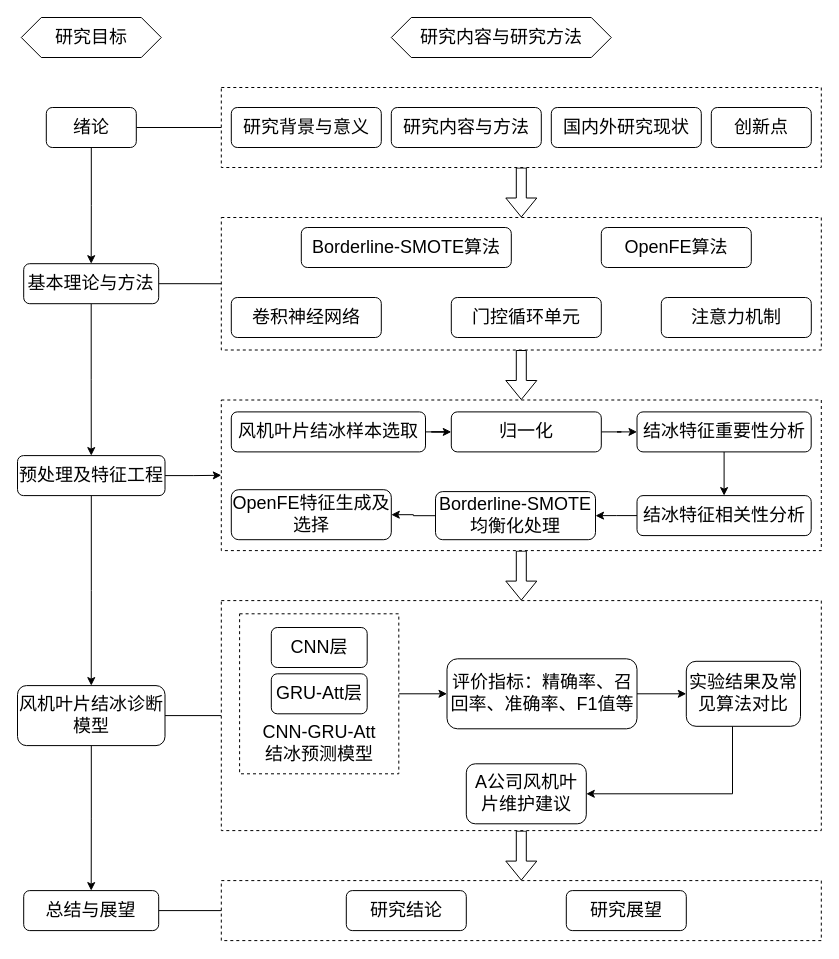
The draw.io diagram 毕设技术路线图1.drawio in Abccccd/-2, before the edit. Source tidied: cells renumbered, new cells numbered last; positions are measured from the earlier drawing's top-left corner, leaving out a move shared by most shapes. Both pictures are drawn from the tidied source at 100%, with x=0, y=0 at pixel (17, 17).
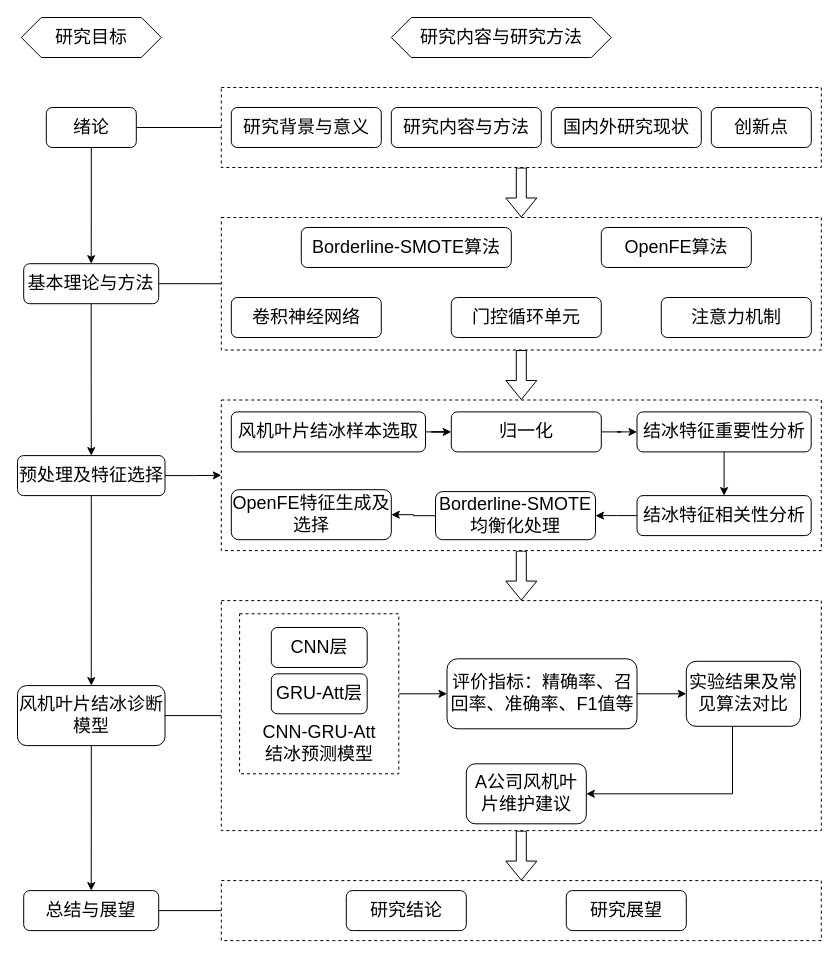
The same page after the edit.

Commit message:
更新毕设技术路线图1.drawio

Diff of the diagram source:
```diff
@@
-    <mxCell id="33" value="&lt;font style=&quot;font-size: 18px;&quot;&gt;预处理及特征工程&lt;/font&gt;" style="rounded=1;whiteSpace=wrap;html=1;" parent="1" vertex="1">
+    <mxCell id="33" value="&lt;font style=&quot;font-size: 18px;&quot;&gt;预处理及特征选择&lt;/font&gt;" style="rounded=1;whiteSpace=wrap;html=1;" parent="1" vertex="1">
       <mxGeometry y="438.1" width="147.5" height="40" as="geometry" />
     </mxCell>
```
